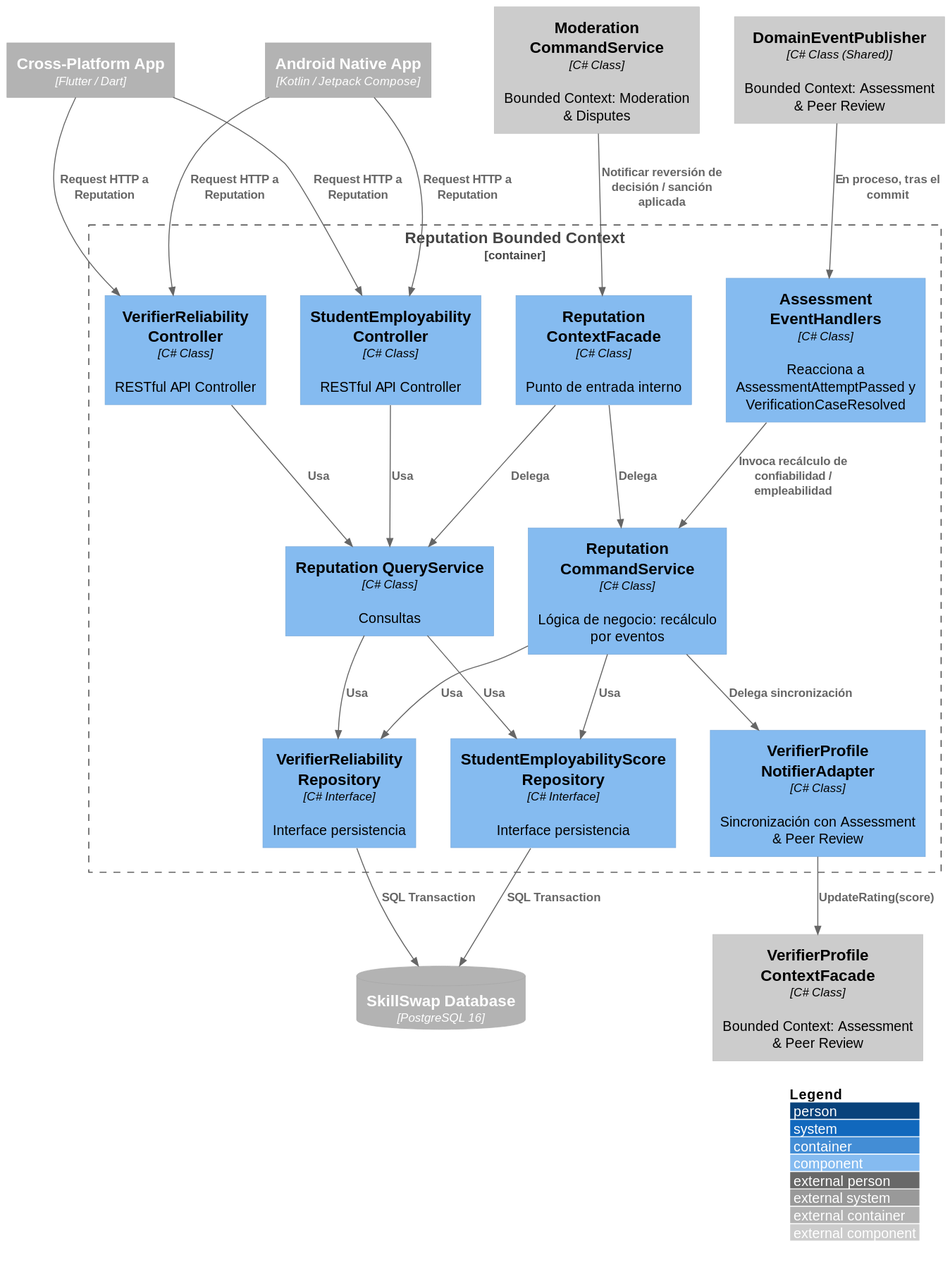
Aplicaciones-Dispositivos-Moviles/SkillSwap-ProjectReport keeps this PlantUML diagram as images-doc/ReputationComponent.svg. Above is the earlier version.
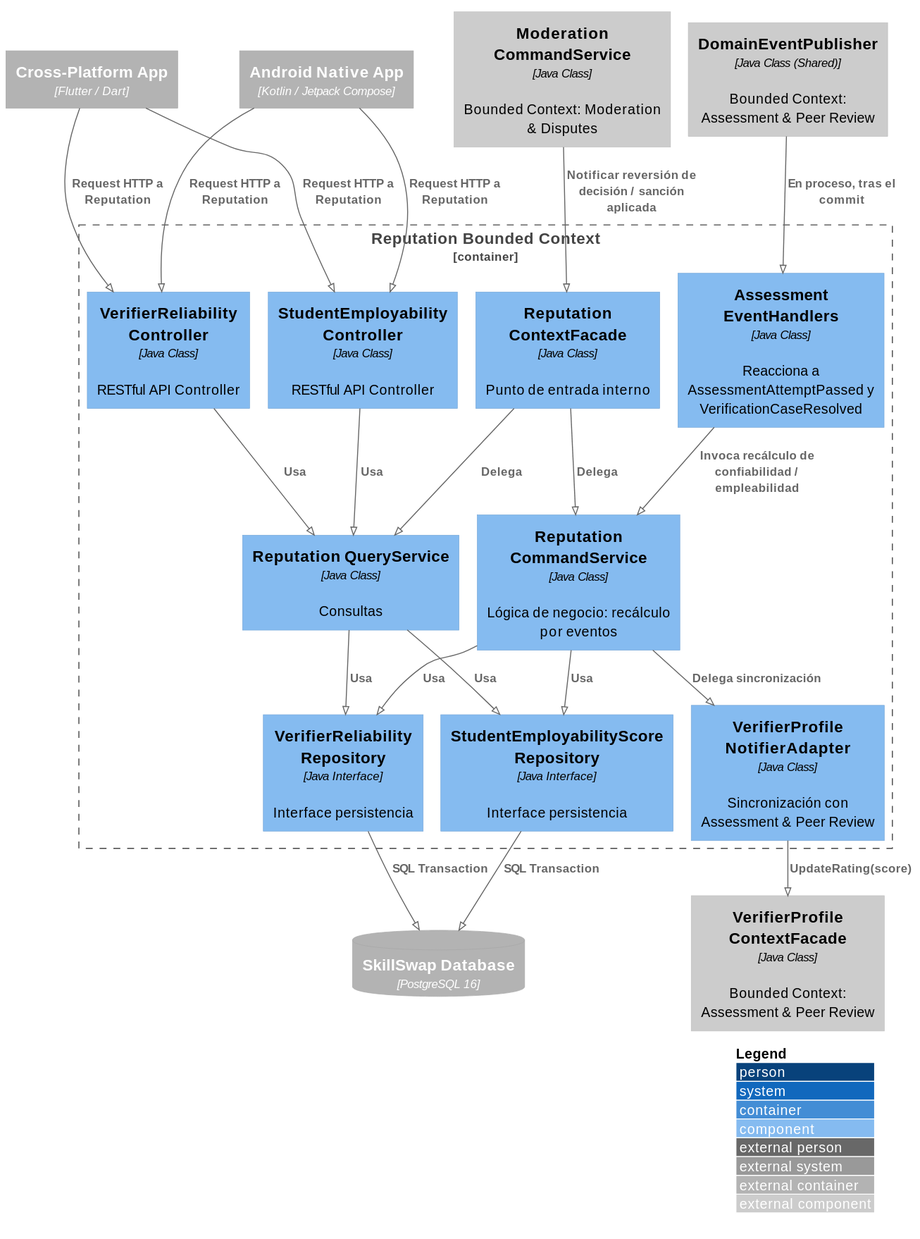
The same file after the commit.

The edit, as a diff of the source:
```diff
@@ -1,4 +1,5 @@
 @startuml
+!pragma layout smetana
 !include https://raw.githubusercontent.com/plantuml-stdlib/C4-PlantUML/master/C4_Component.puml
 
 LAYOUT_WITH_LEGEND()
@@ -8,20 +9,20 @@
 ContainerDb_Ext(mainDB, "SkillSwap Database", "PostgreSQL 16")
 
 Container_Boundary(reputationBC, "Reputation Bounded Context") {
-    Component(verifierReliabilityController, "VerifierReliability Controller", "C# Class", "RESTful API Controller")
-    Component(studentEmployabilityController, "StudentEmployability Controller", "C# Class", "RESTful API Controller")
-    Component(reputationCommandService, "Reputation CommandService", "C# Class", "Lógica de negocio: recálculo por eventos")
-    Component(reputationQueryService, "Reputation QueryService", "C# Class", "Consultas")
-    Component(assessmentEventHandlers, "Assessment EventHandlers", "C# Class", "Reacciona a AssessmentAttemptPassed y VerificationCaseResolved")
-    Component(verifierReliabilityRepository, "VerifierReliability Repository", "C# Interface", "Interface persistencia")
-    Component(studentEmployabilityRepository, "StudentEmployabilityScore Repository", "C# Interface", "Interface persistencia")
-    Component(verifierProfileNotifierExternal, "VerifierProfile NotifierAdapter", "C# Class", "Sincronización con Assessment & Peer Review")
-    Component(reputationContextFacade, "Reputation ContextFacade", "C# Class", "Punto de entrada interno")
+    Component(verifierReliabilityController, "VerifierReliability Controller", "Java Class", "RESTful API Controller")
+    Component(studentEmployabilityController, "StudentEmployability Controller", "Java Class", "RESTful API Controller")
+    Component(reputationCommandService, "Reputation CommandService", "Java Class", "Lógica de negocio: recálculo por eventos")
+    Component(reputationQueryService, "Reputation QueryService", "Java Class", "Consultas")
+    Component(assessmentEventHandlers, "Assessment EventHandlers", "Java Class", "Reacciona a AssessmentAttemptPassed y VerificationCaseResolved")
+    Component(verifierReliabilityRepository, "VerifierReliability Repository", "Java Interface", "Interface persistencia")
+    Component(studentEmployabilityRepository, "StudentEmployabilityScore Repository", "Java Interface", "Interface persistencia")
+    Component(verifierProfileNotifierExternal, "VerifierProfile NotifierAdapter", "Java Class", "Sincronización con Assessment & Peer Review")
+    Component(reputationContextFacade, "Reputation ContextFacade", "Java Class", "Punto de entrada interno")
 }
 
-Component_Ext(verifierProfileContextFacade, "VerifierProfile ContextFacade", "C# Class", "Bounded Context: Assessment & Peer Review")
-Component_Ext(assessmentDomainEventPublisher, "DomainEventPublisher", "C# Class (Shared)", "Bounded Context: Assessment & Peer Review")
-Component_Ext(moderationCommandService, "Moderation CommandService", "C# Class", "Bounded Context: Moderation & Disputes")
+Component_Ext(verifierProfileContextFacade, "VerifierProfile ContextFacade", "Java Class", "Bounded Context: Assessment & Peer Review")
+Component_Ext(assessmentDomainEventPublisher, "DomainEventPublisher", "Java Class (Shared)", "Bounded Context: Assessment & Peer Review")
+Component_Ext(moderationCommandService, "Moderation CommandService", "Java Class", "Bounded Context: Moderation & Disputes")
 
 Rel(androidApp, verifierReliabilityController, "Request HTTP a Reputation")
 Rel(flutterApp, verifierReliabilityController, "Request HTTP a Reputation")
```
